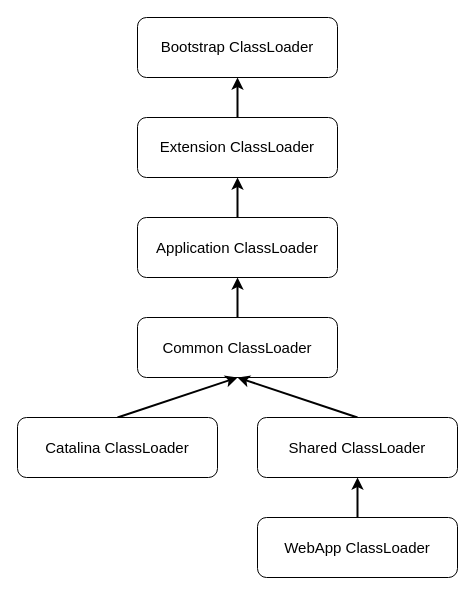
Above: Tomcat 类加载机制/Tomcat 类加载机制.drawio in zero-97/picture-of-the-article (draw.io), before the change. Source tidied: cells renumbered, new cells numbered last; positions are measured from the earlier drawing's top-left corner, leaving out a move shared by most shapes. Both pictures are drawn from the tidied source at 100%, with x=0, y=0 at pixel (17, 17).
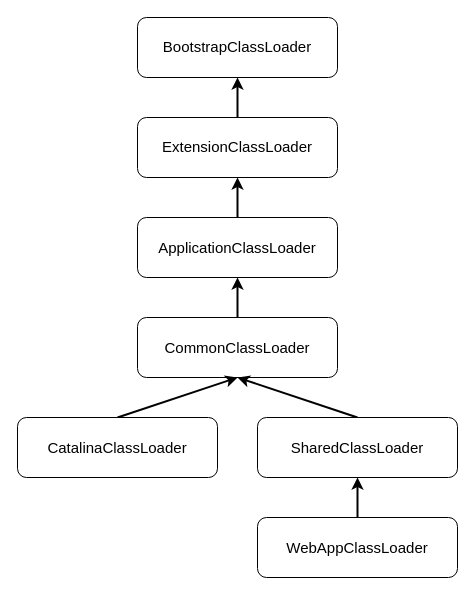
The same diagram, later.

Commit message (it also covers changes not shown here):
Update Tomcat 类加载机制.drawio

Change to the diagram source:
```diff
@@
 <mxGraphModel>
   <root>
     <mxCell id="0" />
     <mxCell id="1" parent="0" />
     <mxCell id="2" style="edgeStyle=orthogonalEdgeStyle;rounded=0;jettySize=auto;html=1;strokeWidth=2;fontSize=15;" parent="1" edge="1" source="5" target="3">
       <mxGeometry relative="1" as="geometry" />
     </mxCell>
-    <mxCell id="3" value="&lt;p style=&quot;line-height: 1.5&quot;&gt;Bootstrap ClassLoader&lt;/p&gt;" style="rounded=1;whiteSpace=wrap;html=1;fontSize=15;" parent="1" vertex="1">
+    <mxCell id="3" value="&lt;p style=&quot;line-height: 1.5&quot;&gt;BootstrapClassLoader&lt;/p&gt;" style="rounded=1;whiteSpace=wrap;html=1;fontSize=15;" parent="1" vertex="1">
       <mxGeometry x="120" width="200" height="60" as="geometry" />
     </mxCell>
     <mxCell id="4" style="edgeStyle=orthogonalEdgeStyle;rounded=0;jettySize=auto;html=1;strokeWidth=2;fontSize=15;exitX=0.5;exitY=0;exitDx=0;exitDy=0;" parent="1" edge="1" source="6" target="5">
       <mxGeometry relative="1" as="geometry" />
     </mxCell>
-    <mxCell id="5" value="&lt;p style=&quot;line-height: 1.5&quot;&gt;Extension ClassLoader&lt;/p&gt;" style="rounded=1;whiteSpace=wrap;html=1;fontSize=15;" parent="1" vertex="1">
+    <mxCell id="5" value="&lt;p style=&quot;line-height: 1.5&quot;&gt;ExtensionClassLoader&lt;/p&gt;" style="rounded=1;whiteSpace=wrap;html=1;fontSize=15;" parent="1" vertex="1">
       <mxGeometry x="120" y="100" width="200" height="60" as="geometry" />
     </mxCell>
-    <mxCell id="6" value="Application ClassLoader" style="rounded=1;whiteSpace=wrap;html=1;fontSize=15;" parent="1" vertex="1">
+    <mxCell id="6" value="ApplicationClassLoader" style="rounded=1;whiteSpace=wrap;html=1;fontSize=15;" parent="1" vertex="1">
       <mxGeometry x="120" y="200" width="200" height="60" as="geometry" />
     </mxCell>
     <mxCell id="7" style="edgeStyle=orthogonalEdgeStyle;rounded=0;jettySize=auto;html=1;strokeWidth=2;" parent="1" edge="1" source="8" target="6">
       <mxGeometry relative="1" as="geometry" />
     </mxCell>
-    <mxCell id="8" value="Common ClassLoader" style="rounded=1;whiteSpace=wrap;html=1;fontSize=15;" parent="1" vertex="1">
+    <mxCell id="8" value="CommonClassLoader" style="rounded=1;whiteSpace=wrap;html=1;fontSize=15;" parent="1" vertex="1">
       <mxGeometry x="120" y="300" width="200" height="60" as="geometry" />
     </mxCell>
     <mxCell id="9" style="rounded=0;jettySize=auto;html=1;strokeWidth=2;entryX=0.5;entryY=1;entryDx=0;entryDy=0;exitX=0.5;exitY=0;exitDx=0;exitDy=0;" parent="1" edge="1" source="10" target="8">
       <mxGeometry relative="1" as="geometry" />
     </mxCell>
-    <mxCell id="10" value="Catalina ClassLoader" style="rounded=1;whiteSpace=wrap;html=1;fontSize=15;" parent="1" vertex="1">
+    <mxCell id="10" value="CatalinaClassLoader" style="rounded=1;whiteSpace=wrap;html=1;fontSize=15;" parent="1" vertex="1">
       <mxGeometry y="400" width="200" height="60" as="geometry" />
     </mxCell>
     <mxCell id="11" style="edgeStyle=none;rounded=0;jettySize=auto;html=1;entryX=0.5;entryY=1;entryDx=0;entryDy=0;strokeWidth=2;exitX=0.5;exitY=0;exitDx=0;exitDy=0;" parent="1" edge="1" source="12" target="8">
       <mxGeometry relative="1" as="geometry" />
     </mxCell>
-    <mxCell id="12" value="Shared ClassLoader" style="rounded=1;whiteSpace=wrap;html=1;fontSize=15;" parent="1" vertex="1">
+    <mxCell id="12" value="SharedClassLoader" style="rounded=1;whiteSpace=wrap;html=1;fontSize=15;" parent="1" vertex="1">
       <mxGeometry x="240" y="400" width="200" height="60" as="geometry" />
     </mxCell>
     <mxCell id="13" style="edgeStyle=none;rounded=0;jettySize=auto;html=1;entryX=0.5;entryY=1;entryDx=0;entryDy=0;strokeWidth=2;" parent="1" edge="1" source="14" target="12">
       <mxGeometry relative="1" as="geometry" />
     </mxCell>
-    <mxCell id="14" value="WebApp ClassLoader" style="rounded=1;whiteSpace=wrap;html=1;fontSize=15;" parent="1" vertex="1">
+    <mxCell id="14" value="WebAppClassLoader" style="rounded=1;whiteSpace=wrap;html=1;fontSize=15;" parent="1" vertex="1">
       <mxGeometry x="240" y="500" width="200" height="60" as="geometry" />
     </mxCell>
   </root>
 </mxGraphModel>
```
